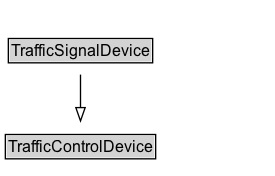
Before: docs/diagrams/TrafficSignalDevice.dot.png, a diagram exported from Graphviz (k-vaughn/ontology-its-regulation). Its source is kept beside it as docs/diagrams/TrafficSignalDevice.dot.
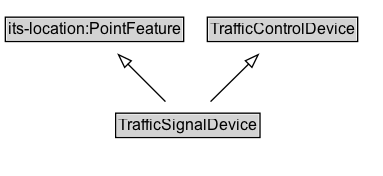
Above is the later version.

Change to the diagram source:
```diff
@@ -2,6 +2,11 @@
 	graph [overlap=false rankdir=TB splines=true]
 	node [fontname=Arial fontsize=12 margin=0 shape=none]
 	edge [fontname=Arial fontsize=11]
+	{
+		rank=source
+		"its-location_PointFeature" [label=<<TABLE BORDER="1" CELLBORDER="0" CELLSPACING="0" CELLPADDING="1"><TR><TD BGCOLOR="lightgray" ALIGN="CENTER">its-location:PointFeature</TD></TR></TABLE>> URL="https://w3id.org/itsdata/location/v1/PointFeature" margin=0]
+		TrafficControlDevice [label=<<TABLE BORDER="1" CELLBORDER="0" CELLSPACING="0" CELLPADDING="1"><TR><TD BGCOLOR="lightgray" ALIGN="CENTER">TrafficControlDevice</TD></TR></TABLE>> URL="../TrafficControlDevice" margin=0]
+	}
 	TrafficSignalDevice [label=<<TABLE BORDER="1" CELLBORDER="0" CELLSPACING="0" CELLPADDING="1"><TR><TD BGCOLOR="lightgray" ALIGN="CENTER">TrafficSignalDevice</TD></TR></TABLE>> URL="../TrafficSignalDevice" margin=0]
 	{
 		rank=max
@@ -10,6 +15,6 @@
 		label="" style=invis
 		Invis [label=<<TABLE BORDER="0" CELLBORDER="0" CELLSPACING="0" CELLPADDING="1"><TR><TD></TD></TR></TABLE>> margin=0 style=invis]
 	}
-	TrafficControlDevice [label=<<TABLE BORDER="1" CELLBORDER="0" CELLSPACING="0" CELLPADDING="1"><TR><TD BGCOLOR="lightgray" ALIGN="CENTER">TrafficControlDevice</TD></TR></TABLE>> URL="../TrafficControlDevice" margin=0]
+	TrafficSignalDevice -> "its-location_PointFeature" [arrowhead=onormal style=solid]
 	TrafficSignalDevice -> TrafficControlDevice [arrowhead=onormal style=solid]
 }
```
